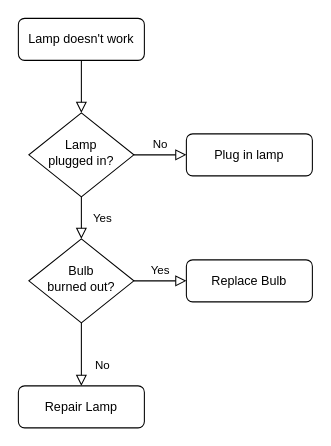
This is Untitled Diagram.drawio from minjung0067/JuangJuang, a draw.io file, before an edit. Source tidied: cells renumbered, new cells numbered last; positions are measured from the earlier drawing's top-left corner, leaving out a move shared by most shapes. Both pictures are drawn from the tidied source at 105%, with x=0, y=0 at pixel (18, 18).
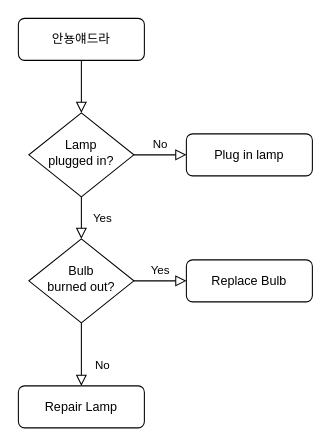
After the change.

Diff of the diagram source:
```diff
@@
 <mxGraphModel>
   <root>
     <mxCell id="0" />
     <mxCell id="1" parent="0" />
     <mxCell id="2" style="rounded=0;html=1;jettySize=auto;fontSize=11;endArrow=block;endFill=0;endSize=8;strokeWidth=1;shadow=0;labelBackgroundColor=none;edgeStyle=orthogonalEdgeStyle;" parent="1" edge="1" source="3" target="6">
       <mxGeometry relative="1" as="geometry" />
     </mxCell>
-    <mxCell id="3" value="Lamp doesn't work" style="rounded=1;whiteSpace=wrap;html=1;fontSize=12;glass=0;strokeWidth=1;shadow=0;" parent="1" vertex="1">
+    <mxCell id="3" value="안뇽얘드라&lt;br&gt;" style="rounded=1;whiteSpace=wrap;html=1;fontSize=12;glass=0;strokeWidth=1;shadow=0;" parent="1" vertex="1">
       <mxGeometry width="120" height="40" as="geometry" />
     </mxCell>
     <mxCell id="4" value="Yes" style="rounded=0;html=1;jettySize=auto;fontSize=11;endArrow=block;endFill=0;endSize=8;strokeWidth=1;shadow=0;labelBackgroundColor=none;edgeStyle=orthogonalEdgeStyle;" parent="1" edge="1" source="6" target="10">
       <mxGeometry y="20" relative="1" as="geometry" />
     </mxCell>
     <mxCell id="5" value="No" style="edgeStyle=orthogonalEdgeStyle;rounded=0;html=1;jettySize=auto;fontSize=11;endArrow=block;endFill=0;endSize=8;strokeWidth=1;shadow=0;labelBackgroundColor=none;" parent="1" edge="1" source="6" target="7">
       <mxGeometry y="10" relative="1" as="geometry" />
     </mxCell>
     <mxCell id="6" value="Lamp&lt;br&gt;plugged in?" style="rhombus;whiteSpace=wrap;html=1;shadow=0;fontFamily=Helvetica;fontSize=12;align=center;strokeWidth=1;spacing=6;spacingTop=-4;" parent="1" vertex="1">
       <mxGeometry x="10" y="90" width="100" height="80" as="geometry" />
     </mxCell>
     <mxCell id="7" value="Plug in lamp" style="rounded=1;whiteSpace=wrap;html=1;fontSize=12;glass=0;strokeWidth=1;shadow=0;" parent="1" vertex="1">
       <mxGeometry x="160" y="110" width="120" height="40" as="geometry" />
     </mxCell>
     <mxCell id="8" value="No" style="rounded=0;html=1;jettySize=auto;fontSize=11;endArrow=block;endFill=0;endSize=8;strokeWidth=1;shadow=0;labelBackgroundColor=none;edgeStyle=orthogonalEdgeStyle;" parent="1" edge="1" source="10" target="11">
       <mxGeometry x="0.33" y="20" relative="1" as="geometry" />
     </mxCell>
     <mxCell id="9" value="Yes" style="edgeStyle=orthogonalEdgeStyle;rounded=0;html=1;jettySize=auto;fontSize=11;endArrow=block;endFill=0;endSize=8;strokeWidth=1;shadow=0;labelBackgroundColor=none;" parent="1" edge="1" source="10" target="12">
       <mxGeometry y="10" relative="1" as="geometry" />
     </mxCell>
     <mxCell id="10" value="Bulb&lt;br&gt;burned out?" style="rhombus;whiteSpace=wrap;html=1;shadow=0;fontFamily=Helvetica;fontSize=12;align=center;strokeWidth=1;spacing=6;spacingTop=-4;" parent="1" vertex="1">
       <mxGeometry x="10" y="210" width="100" height="80" as="geometry" />
     </mxCell>
     <mxCell id="11" value="Repair Lamp" style="rounded=1;whiteSpace=wrap;html=1;fontSize=12;glass=0;strokeWidth=1;shadow=0;" parent="1" vertex="1">
       <mxGeometry y="350" width="120" height="40" as="geometry" />
     </mxCell>
     <mxCell id="12" value="Replace Bulb" style="rounded=1;whiteSpace=wrap;html=1;fontSize=12;glass=0;strokeWidth=1;shadow=0;" parent="1" vertex="1">
       <mxGeometry x="160" y="230" width="120" height="40" as="geometry" />
     </mxCell>
   </root>
 </mxGraphModel>
```
